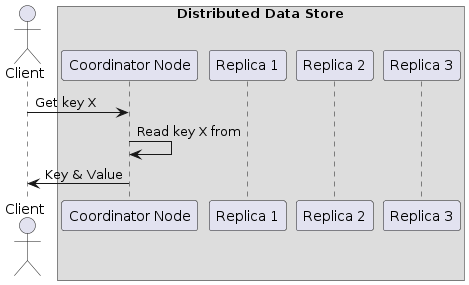
This is diagrams/sequence3.png from EliriaT/distributed-store, a PlantUML export, as it was before one commit. Source of this version:
```plantuml
@startuml
actor Client as C
box "Distributed Data Store"
participant "Coordinator Node" as CN
participant "Replica 1" as N1
participant "Replica 2" as N2
participant "Replica 3" as N3
end box


C -> CN : Get key X
CN -> CN : Read key X from
CN -> C : Key & Value
@enduml
```
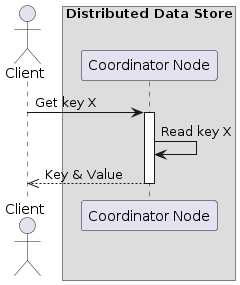
The same diagram one commit later.

What changed in the source:
```diff
@@ -2,13 +2,12 @@
 actor Client as C
 box "Distributed Data Store"
 participant "Coordinator Node" as CN
-participant "Replica 1" as N1
-participant "Replica 2" as N2
-participant "Replica 3" as N3
 end box
 
 
 C -> CN : Get key X
-CN -> CN : Read key X from
-CN -> C : Key & Value
+activate CN
+CN -> CN : Read key X
+CN -->> C : Key & Value
+deactivate CN
 @enduml
```
